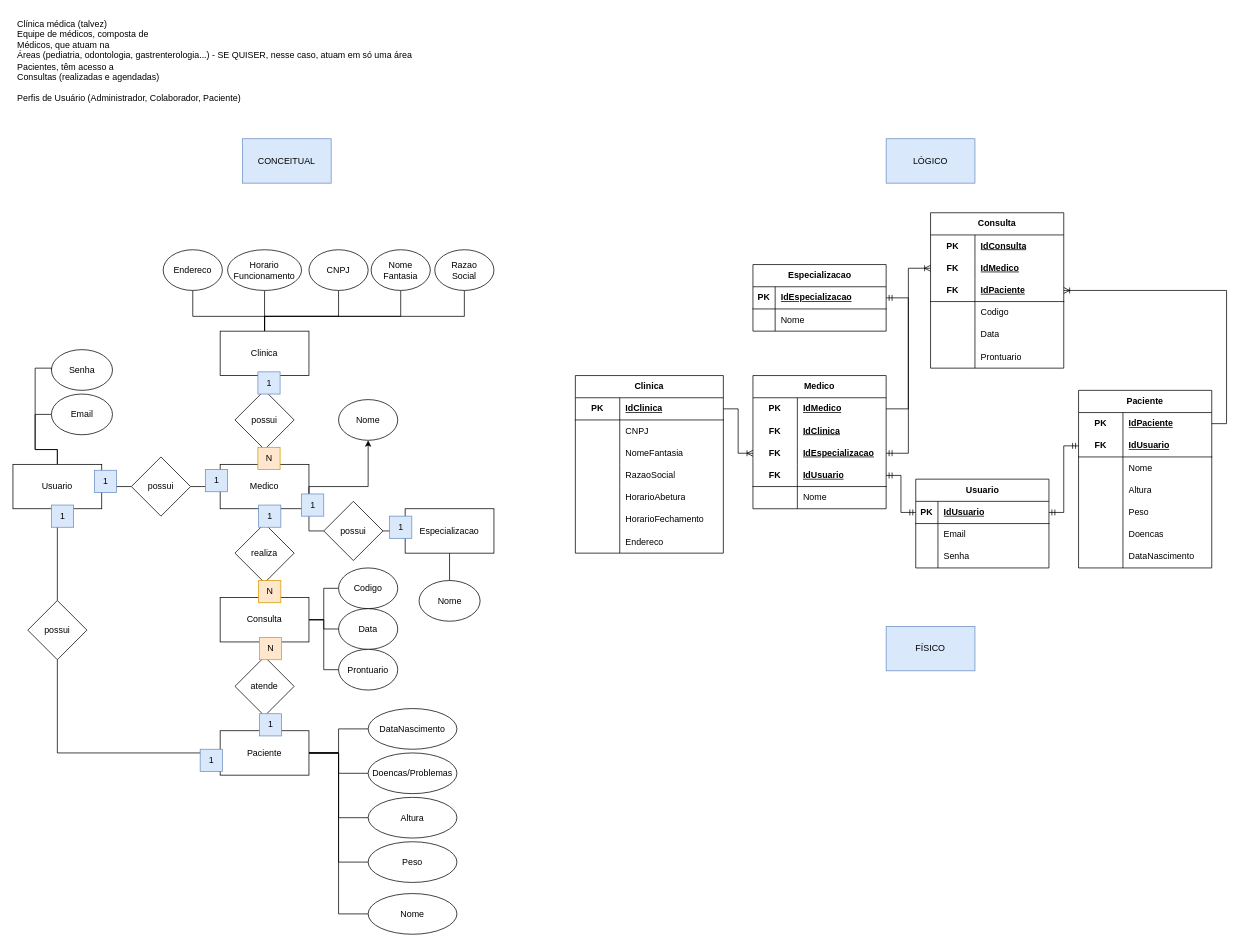
This is Banco de dados - Sprint 1/Projeto Health Clinic/Health Clinic.drawio from LucasBO7/senai-curso-repos-semestre-2, a draw.io file, before an edit. Source tidied: cells renumbered, new cells numbered last; positions are measured from the earlier drawing's top-left corner, leaving out a move shared by most shapes. Both pictures are drawn from the tidied source at 74%, with x=0, y=0 at pixel (13, 13).
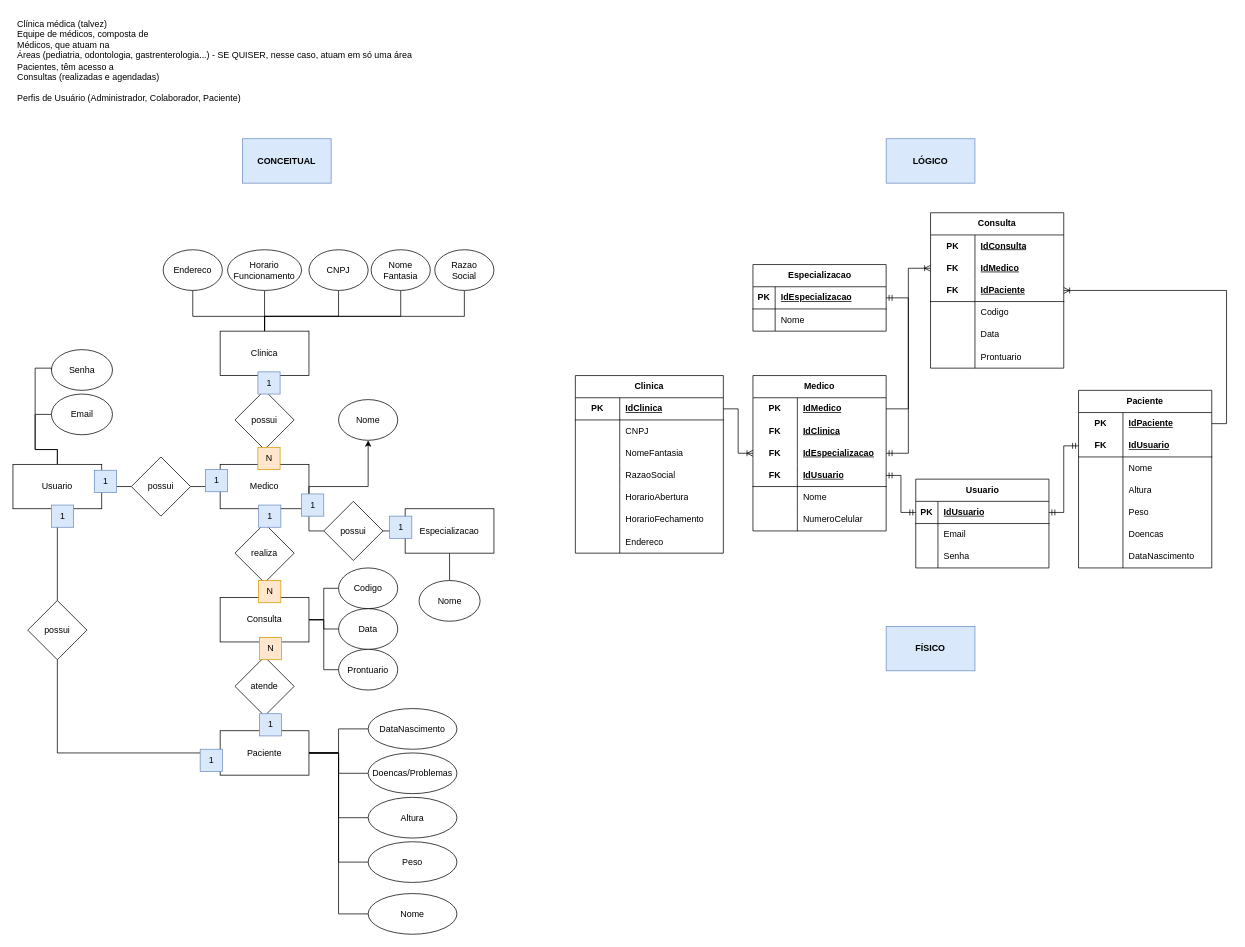
The same diagram, later.

Unchanged cells that the change refers to:
```xml
<mxCell id="85" style="shape=tableRow;horizontal=0;startSize=0;swimlaneHead=0;swimlaneBody=0;fillColor=none;top=0;left=0;right=0;bottom=0;html=1;rounded=0;" parent="72" vertex="1">
  <mxGeometry y="150" width="200" height="30" as="geometry" />
</mxCell>
```

The edit, as a diff of the source:
```diff
@@
-    <mxCell id="87" value="HorarioAbetura" style="shape=partialRectangle;fillColor=none;top=0;left=0;bottom=0;right=0;align=left;spacingLeft=6;overflow=hidden;html=1;whiteSpace=wrap;rounded=0;" parent="85" vertex="1">
+    <mxCell id="87" value="HorarioAbertura" style="shape=partialRectangle;fillColor=none;top=0;left=0;bottom=0;right=0;align=left;spacingLeft=6;overflow=hidden;html=1;whiteSpace=wrap;rounded=0;" parent="85" vertex="1">
       <mxGeometry x="60" width="140" height="30" as="geometry" />
     </mxCell>
@@
     <mxCell id="94" value="Medico" style="shape=table;startSize=30;childLayout=tableLayout;rowLines=0;fontStyle=1;align=center;html=1;whiteSpace=wrap;rounded=0;" parent="1" vertex="1">
-      <mxGeometry x="1000" y="490" width="180" height="180" as="geometry" />
+      <mxGeometry x="1000" y="490" width="180" height="210" as="geometry" />
     </mxCell>
@@
+    <mxCell id="178" style="shape=tableRow;horizontal=0;startSize=0;swimlaneHead=0;swimlaneBody=0;fillColor=none;top=0;left=0;right=0;bottom=0;html=1;rounded=0;" parent="94" vertex="1">
+      <mxGeometry y="180" width="180" height="30" as="geometry" />
+    </mxCell>
+    <mxCell id="179" style="shape=partialRectangle;fillColor=none;top=0;left=0;bottom=0;right=0;overflow=hidden;html=1;whiteSpace=wrap;rounded=0;" parent="178" vertex="1">
+      <mxGeometry width="60" height="30" as="geometry" />
+    </mxCell>
+    <mxCell id="180" value="NumeroCelular" style="shape=partialRectangle;fillColor=none;top=0;left=0;bottom=0;right=0;align=left;spacingLeft=6;overflow=hidden;html=1;whiteSpace=wrap;rounded=0;" parent="178" vertex="1">
+      <mxGeometry x="60" width="120" height="30" as="geometry" />
+    </mxCell>
@@
-    <mxCell id="175" value="CONCEITUAL" style="whiteSpace=wrap;html=1;fillColor=#dae8fc;strokeColor=#6c8ebf;" parent="1" vertex="1">
+    <mxCell id="175" value="CONCEITUAL" style="whiteSpace=wrap;html=1;fillColor=#dae8fc;strokeColor=#6c8ebf;fontStyle=1;" parent="1" vertex="1">
       <mxGeometry x="310" y="170" width="120" height="60" as="geometry" />
     </mxCell>
-    <mxCell id="176" value="LÓGICO" style="whiteSpace=wrap;html=1;fillColor=#dae8fc;strokeColor=#6c8ebf;" parent="1" vertex="1">
+    <mxCell id="176" value="LÓGICO" style="whiteSpace=wrap;html=1;fillColor=#dae8fc;strokeColor=#6c8ebf;fontStyle=1;" parent="1" vertex="1">
       <mxGeometry x="1180" y="170" width="120" height="60" as="geometry" />
     </mxCell>
-    <mxCell id="177" value="FÍSICO" style="whiteSpace=wrap;html=1;fillColor=#dae8fc;strokeColor=#6c8ebf;" parent="1" vertex="1">
+    <mxCell id="177" value="FÍSICO" style="whiteSpace=wrap;html=1;fillColor=#dae8fc;strokeColor=#6c8ebf;fontStyle=1;" parent="1" vertex="1">
       <mxGeometry x="1180" y="829" width="120" height="60" as="geometry" />
     </mxCell>
```
